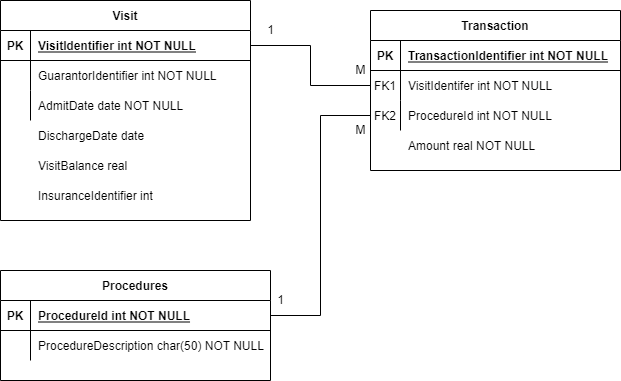
Before: VistPayER.drawio.png, a diagram exported from draw.io (lukas-gust/visity-pay-take-home). Source tidied: cells renumbered, new cells last; positions are measured from the earlier drawing's top-left corner, leaving out a move shared by most shapes. The source it was exported from:
```xml
<mxGraphModel>
  <root>
    <mxCell id="0" />
    <mxCell id="1" parent="0" />
    <mxCell id="2" value="Visit" style="shape=table;startSize=30;rowLines=0;fontStyle=1;align=center;" parent="1" vertex="1">
      <mxGeometry width="250" height="220" as="geometry" />
    </mxCell>
    <mxCell id="3" style="shape=partialRectangle;fillColor=none;points=[[0,0.5],[1,0.5]];portConstraint=eastwest;top=0;left=0;right=0;bottom=1;" parent="2" vertex="1">
      <mxGeometry y="30" width="250" height="30" as="geometry" />
    </mxCell>
    <mxCell id="4" value="PK" style="shape=partialRectangle;overflow=hidden;fillColor=none;top=0;left=0;bottom=0;right=0;fontStyle=1;" parent="3" vertex="1">
      <mxGeometry width="30" height="30" as="geometry" />
    </mxCell>
    <mxCell id="5" value="VisitIdentifier int NOT NULL " style="shape=partialRectangle;overflow=hidden;fillColor=none;top=0;left=0;bottom=0;right=0;align=left;spacingLeft=6;fontStyle=5;" parent="3" vertex="1">
      <mxGeometry x="30" width="220" height="30" as="geometry" />
    </mxCell>
    <mxCell id="6" style="shape=partialRectangle;fillColor=none;top=0;left=0;right=0;bottom=0;" parent="2" vertex="1">
      <mxGeometry y="60" width="250" height="30" as="geometry" />
    </mxCell>
    <mxCell id="7" style="shape=partialRectangle;overflow=hidden;fillColor=none;top=0;left=0;bottom=0;right=0;" parent="6" vertex="1">
      <mxGeometry width="30" height="30" as="geometry" />
    </mxCell>
    <mxCell id="8" value="GuarantorIdentifier int NOT NULL" style="shape=partialRectangle;overflow=hidden;fillColor=none;top=0;left=0;bottom=0;right=0;align=left;spacingLeft=6;" parent="6" vertex="1">
      <mxGeometry x="30" width="220" height="30" as="geometry" />
    </mxCell>
    <mxCell id="9" style="shape=partialRectangle;fillColor=none;top=0;left=0;right=0;bottom=0;" parent="2" vertex="1">
      <mxGeometry y="90" width="250" height="30" as="geometry" />
    </mxCell>
    <mxCell id="10" style="shape=partialRectangle;overflow=hidden;fillColor=none;top=0;left=0;bottom=0;right=0;" parent="9" vertex="1">
      <mxGeometry width="30" height="30" as="geometry" />
    </mxCell>
    <mxCell id="11" value="AdmitDate date NOT NULL" style="shape=partialRectangle;overflow=hidden;fillColor=none;top=0;left=0;bottom=0;right=0;align=left;spacingLeft=6;" parent="9" vertex="1">
      <mxGeometry x="30" width="220" height="30" as="geometry" />
    </mxCell>
    <mxCell id="12" value="Transaction" style="shape=table;startSize=30;rowLines=0;fontStyle=1;align=center;" parent="1" vertex="1">
      <mxGeometry x="370" y="10" width="250" height="160" as="geometry" />
    </mxCell>
    <mxCell id="13" style="shape=partialRectangle;fillColor=none;top=0;left=0;right=0;bottom=1;" parent="12" vertex="1">
      <mxGeometry y="30" width="250" height="30" as="geometry" />
    </mxCell>
    <mxCell id="14" value="PK" style="shape=partialRectangle;overflow=hidden;fillColor=none;top=0;left=0;bottom=0;right=0;fontStyle=1;" parent="13" vertex="1">
      <mxGeometry width="30" height="30" as="geometry" />
    </mxCell>
    <mxCell id="15" value="TransactionIdentifier int NOT NULL " style="shape=partialRectangle;overflow=hidden;fillColor=none;top=0;left=0;bottom=0;right=0;align=left;spacingLeft=6;fontStyle=5;" parent="13" vertex="1">
      <mxGeometry x="30" width="220" height="30" as="geometry" />
    </mxCell>
    <mxCell id="16" style="shape=partialRectangle;fillColor=none;points=[[0,0.5],[1,0.5]];portConstraint=eastwest;top=0;left=0;right=0;bottom=0;" parent="12" vertex="1">
      <mxGeometry y="60" width="250" height="30" as="geometry" />
    </mxCell>
    <mxCell id="17" value="FK1" style="shape=partialRectangle;overflow=hidden;fillColor=none;top=0;left=0;bottom=0;right=0;" parent="16" vertex="1">
      <mxGeometry width="30" height="30" as="geometry" />
    </mxCell>
    <mxCell id="18" value="VisitIdentifer int NOT NULL" style="shape=partialRectangle;overflow=hidden;fillColor=none;top=0;left=0;bottom=0;right=0;align=left;spacingLeft=6;" parent="16" vertex="1">
      <mxGeometry x="30" width="220" height="30" as="geometry" />
    </mxCell>
    <mxCell id="19" style="shape=partialRectangle;fillColor=none;points=[[0,0.5],[1,0.5]];portConstraint=eastwest;top=0;left=0;right=0;bottom=0;" parent="12" vertex="1">
      <mxGeometry y="90" width="250" height="30" as="geometry" />
    </mxCell>
    <mxCell id="20" value="FK2" style="shape=partialRectangle;overflow=hidden;fillColor=none;top=0;left=0;bottom=0;right=0;" parent="19" vertex="1">
      <mxGeometry width="30" height="30" as="geometry" />
    </mxCell>
    <mxCell id="21" value="ProcedureId int NOT NULL" style="shape=partialRectangle;overflow=hidden;fillColor=none;top=0;left=0;bottom=0;right=0;align=left;spacingLeft=6;" parent="19" vertex="1">
      <mxGeometry x="30" width="220" height="30" as="geometry" />
    </mxCell>
    <mxCell id="22" value="Procedures" style="shape=table;startSize=30;rowLines=0;fontStyle=1;align=center;" parent="1" vertex="1">
      <mxGeometry y="270" width="270" height="110" as="geometry" />
    </mxCell>
    <mxCell id="23" style="shape=partialRectangle;fillColor=none;points=[[0,0.5],[1,0.5]];portConstraint=eastwest;top=0;left=0;right=0;bottom=1;" parent="22" vertex="1">
      <mxGeometry y="30" width="270" height="30" as="geometry" />
    </mxCell>
    <mxCell id="24" value="PK" style="shape=partialRectangle;overflow=hidden;fillColor=none;top=0;left=0;bottom=0;right=0;fontStyle=1;" parent="23" vertex="1">
      <mxGeometry width="30" height="30" as="geometry" />
    </mxCell>
    <mxCell id="25" value="ProcedureId int NOT NULL " style="shape=partialRectangle;overflow=hidden;fillColor=none;top=0;left=0;bottom=0;right=0;align=left;spacingLeft=6;fontStyle=5;" parent="23" vertex="1">
      <mxGeometry x="30" width="240" height="30" as="geometry" />
    </mxCell>
    <mxCell id="26" style="shape=partialRectangle;fillColor=none;top=0;left=0;right=0;bottom=0;" parent="22" vertex="1">
      <mxGeometry y="60" width="270" height="30" as="geometry" />
    </mxCell>
    <mxCell id="27" style="shape=partialRectangle;overflow=hidden;fillColor=none;top=0;left=0;bottom=0;right=0;" parent="26" vertex="1">
      <mxGeometry width="30" height="30" as="geometry" />
    </mxCell>
    <mxCell id="28" value="ProcedureDescription char(50) NOT NULL" style="shape=partialRectangle;overflow=hidden;fillColor=none;top=0;left=0;bottom=0;right=0;align=left;spacingLeft=6;" parent="26" vertex="1">
      <mxGeometry x="30" width="240" height="30" as="geometry" />
    </mxCell>
    <mxCell id="29" style="shape=partialRectangle;overflow=hidden;fillColor=none;top=0;left=0;bottom=0;right=0;" parent="1" vertex="1">
      <mxGeometry y="120" width="30" height="30" as="geometry" />
    </mxCell>
    <mxCell id="30" style="shape=partialRectangle;fillColor=none;top=0;left=0;right=0;bottom=0;" parent="1" vertex="1">
      <mxGeometry y="120" width="250" height="30" as="geometry" />
    </mxCell>
    <mxCell id="31" style="shape=partialRectangle;overflow=hidden;fillColor=none;top=0;left=0;bottom=0;right=0;" parent="30" vertex="1">
      <mxGeometry width="30" height="30" as="geometry" />
    </mxCell>
    <mxCell id="32" value="DischargeDate date " style="shape=partialRectangle;overflow=hidden;fillColor=none;top=0;left=0;bottom=0;right=0;align=left;spacingLeft=6;" parent="30" vertex="1">
      <mxGeometry x="30" width="220" height="30" as="geometry" />
    </mxCell>
    <mxCell id="33" style="shape=partialRectangle;fillColor=none;top=0;left=0;right=0;bottom=0;" parent="1" vertex="1">
      <mxGeometry y="150" width="250" height="30" as="geometry" />
    </mxCell>
    <mxCell id="34" style="shape=partialRectangle;overflow=hidden;fillColor=none;top=0;left=0;bottom=0;right=0;" parent="33" vertex="1">
      <mxGeometry width="30" height="30" as="geometry" />
    </mxCell>
    <mxCell id="35" value="VisitBalance real" style="shape=partialRectangle;overflow=hidden;fillColor=none;top=0;left=0;bottom=0;right=0;align=left;spacingLeft=6;" parent="33" vertex="1">
      <mxGeometry x="30" width="220" height="30" as="geometry" />
    </mxCell>
    <mxCell id="36" style="shape=partialRectangle;fillColor=none;top=0;left=0;right=0;bottom=0;" parent="1" vertex="1">
      <mxGeometry y="180" width="250" height="30" as="geometry" />
    </mxCell>
    <mxCell id="37" style="shape=partialRectangle;overflow=hidden;fillColor=none;top=0;left=0;bottom=0;right=0;" parent="36" vertex="1">
      <mxGeometry width="30" height="30" as="geometry" />
    </mxCell>
    <mxCell id="38" value="InsuranceIdentifier int" style="shape=partialRectangle;overflow=hidden;fillColor=none;top=0;left=0;bottom=0;right=0;align=left;spacingLeft=6;" parent="36" vertex="1">
      <mxGeometry x="30" width="220" height="30" as="geometry" />
    </mxCell>
    <mxCell id="39" style="shape=partialRectangle;fillColor=none;top=0;left=0;right=0;bottom=0;" parent="1" vertex="1">
      <mxGeometry x="370" y="130" width="250" height="30" as="geometry" />
    </mxCell>
    <mxCell id="40" style="shape=partialRectangle;overflow=hidden;fillColor=none;top=0;left=0;bottom=0;right=0;" parent="39" vertex="1">
      <mxGeometry width="30" height="30" as="geometry" />
    </mxCell>
    <mxCell id="41" value="Amount real NOT NULL" style="shape=partialRectangle;overflow=hidden;fillColor=none;top=0;left=0;bottom=0;right=0;align=left;spacingLeft=6;" parent="39" vertex="1">
      <mxGeometry x="30" width="220" height="30" as="geometry" />
    </mxCell>
    <mxCell id="42" style="edgeStyle=orthogonalEdgeStyle;rounded=0;jettySize=auto;html=1;exitX=0;exitY=0.5;exitDx=0;exitDy=0;entryX=1;entryY=0.5;entryDx=0;entryDy=0;endArrow=none;endFill=0;" parent="1" edge="1" source="16" target="3">
      <mxGeometry relative="1" as="geometry" />
    </mxCell>
    <mxCell id="43" style="edgeStyle=orthogonalEdgeStyle;rounded=0;jettySize=auto;html=1;exitX=0;exitY=0.5;exitDx=0;exitDy=0;entryX=1;entryY=0.5;entryDx=0;entryDy=0;endArrow=none;endFill=0;" parent="1" edge="1" source="19" target="23">
      <mxGeometry relative="1" as="geometry" />
    </mxCell>
    <mxCell id="44" value="1" style="text;html=1;align=center;verticalAlign=middle;strokeColor=none;fillColor=none;" parent="1" vertex="1">
      <mxGeometry x="260" y="20" width="20" height="20" as="geometry" />
    </mxCell>
    <mxCell id="45" value="M" style="text;html=1;align=center;verticalAlign=middle;strokeColor=none;fillColor=none;" parent="1" vertex="1">
      <mxGeometry x="345" y="60" width="30" height="20" as="geometry" />
    </mxCell>
    <mxCell id="46" value="M" style="text;html=1;align=center;verticalAlign=middle;strokeColor=none;fillColor=none;" parent="1" vertex="1">
      <mxGeometry x="345" y="120" width="30" height="20" as="geometry" />
    </mxCell>
    <mxCell id="47" value="1" style="text;html=1;align=center;verticalAlign=middle;strokeColor=none;fillColor=none;" parent="1" vertex="1">
      <mxGeometry x="270" y="290" width="20" height="20" as="geometry" />
    </mxCell>
  </root>
</mxGraphModel>
```
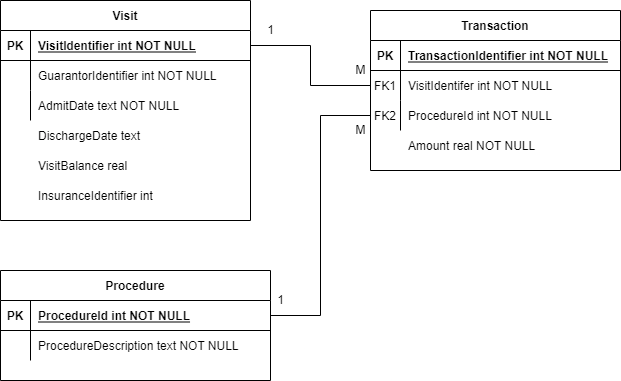
The same file after the commit.

What changed in the source:
```diff
@@ -29,7 +29,7 @@
     <mxCell id="10" style="shape=partialRectangle;overflow=hidden;fillColor=none;top=0;left=0;bottom=0;right=0;" parent="9" vertex="1">
       <mxGeometry width="30" height="30" as="geometry" />
     </mxCell>
-    <mxCell id="11" value="AdmitDate date NOT NULL" style="shape=partialRectangle;overflow=hidden;fillColor=none;top=0;left=0;bottom=0;right=0;align=left;spacingLeft=6;" parent="9" vertex="1">
+    <mxCell id="11" value="AdmitDate text NOT NULL" style="shape=partialRectangle;overflow=hidden;fillColor=none;top=0;left=0;bottom=0;right=0;align=left;spacingLeft=6;" parent="9" vertex="1">
       <mxGeometry x="30" width="220" height="30" as="geometry" />
     </mxCell>
     <mxCell id="12" value="Transaction" style="shape=table;startSize=30;rowLines=0;fontStyle=1;align=center;" parent="1" vertex="1">
@@ -62,7 +62,7 @@
     <mxCell id="21" value="ProcedureId int NOT NULL" style="shape=partialRectangle;overflow=hidden;fillColor=none;top=0;left=0;bottom=0;right=0;align=left;spacingLeft=6;" parent="19" vertex="1">
       <mxGeometry x="30" width="220" height="30" as="geometry" />
     </mxCell>
-    <mxCell id="22" value="Procedures" style="shape=table;startSize=30;rowLines=0;fontStyle=1;align=center;" parent="1" vertex="1">
+    <mxCell id="22" value="Procedure" style="shape=table;startSize=30;rowLines=0;fontStyle=1;align=center;" parent="1" vertex="1">
       <mxGeometry y="270" width="270" height="110" as="geometry" />
     </mxCell>
     <mxCell id="23" style="shape=partialRectangle;fillColor=none;points=[[0,0.5],[1,0.5]];portConstraint=eastwest;top=0;left=0;right=0;bottom=1;" parent="22" vertex="1">
@@ -80,7 +80,7 @@
     <mxCell id="27" style="shape=partialRectangle;overflow=hidden;fillColor=none;top=0;left=0;bottom=0;right=0;" parent="26" vertex="1">
       <mxGeometry width="30" height="30" as="geometry" />
     </mxCell>
-    <mxCell id="28" value="ProcedureDescription char(50) NOT NULL" style="shape=partialRectangle;overflow=hidden;fillColor=none;top=0;left=0;bottom=0;right=0;align=left;spacingLeft=6;" parent="26" vertex="1">
+    <mxCell id="28" value="ProcedureDescription text NOT NULL" style="shape=partialRectangle;overflow=hidden;fillColor=none;top=0;left=0;bottom=0;right=0;align=left;spacingLeft=6;" parent="26" vertex="1">
       <mxGeometry x="30" width="240" height="30" as="geometry" />
     </mxCell>
     <mxCell id="29" style="shape=partialRectangle;overflow=hidden;fillColor=none;top=0;left=0;bottom=0;right=0;" parent="1" vertex="1">
@@ -92,7 +92,7 @@
     <mxCell id="31" style="shape=partialRectangle;overflow=hidden;fillColor=none;top=0;left=0;bottom=0;right=0;" parent="30" vertex="1">
       <mxGeometry width="30" height="30" as="geometry" />
     </mxCell>
-    <mxCell id="32" value="DischargeDate date " style="shape=partialRectangle;overflow=hidden;fillColor=none;top=0;left=0;bottom=0;right=0;align=left;spacingLeft=6;" parent="30" vertex="1">
+    <mxCell id="32" value="DischargeDate text" style="shape=partialRectangle;overflow=hidden;fillColor=none;top=0;left=0;bottom=0;right=0;align=left;spacingLeft=6;" parent="30" vertex="1">
       <mxGeometry x="30" width="220" height="30" as="geometry" />
     </mxCell>
     <mxCell id="33" style="shape=partialRectangle;fillColor=none;top=0;left=0;right=0;bottom=0;" parent="1" vertex="1">
```
